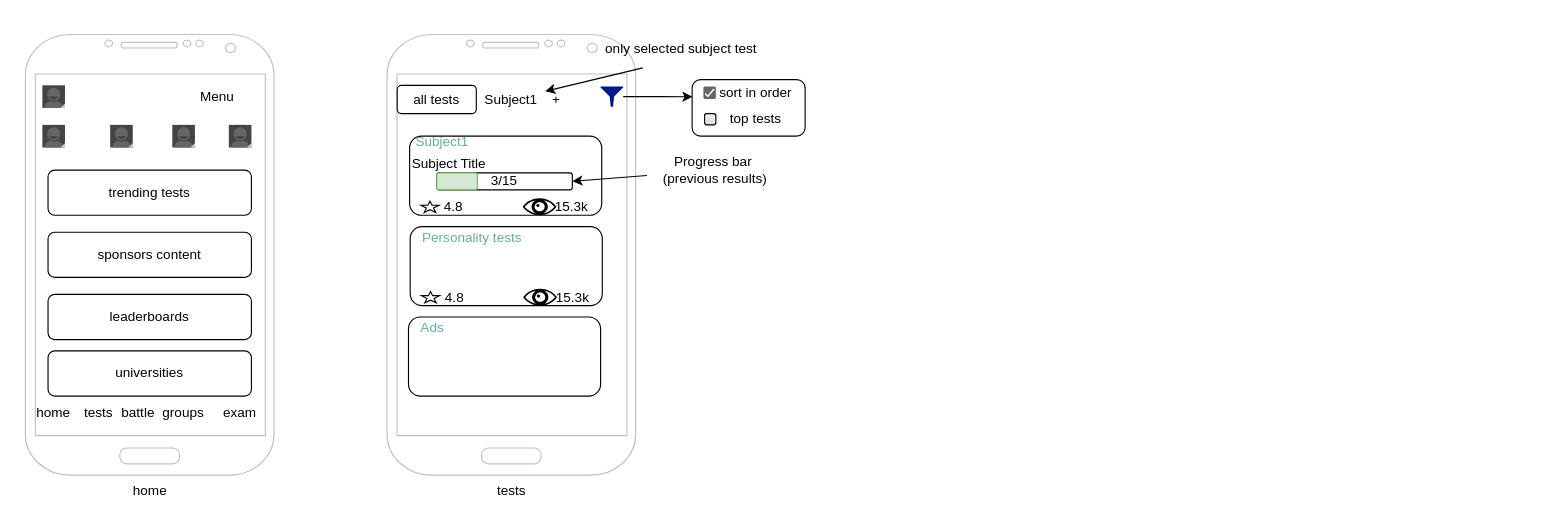
This is akam.drawio from MarsX-2002/bpmn, a draw.io file, before an edit. Source tidied: cells renumbered, new cells numbered last; positions are measured from the earlier drawing's top-left corner, leaving out a move shared by most shapes. Both pictures are drawn from the tidied source at 113%, with x=0, y=0 at pixel (19, 32).
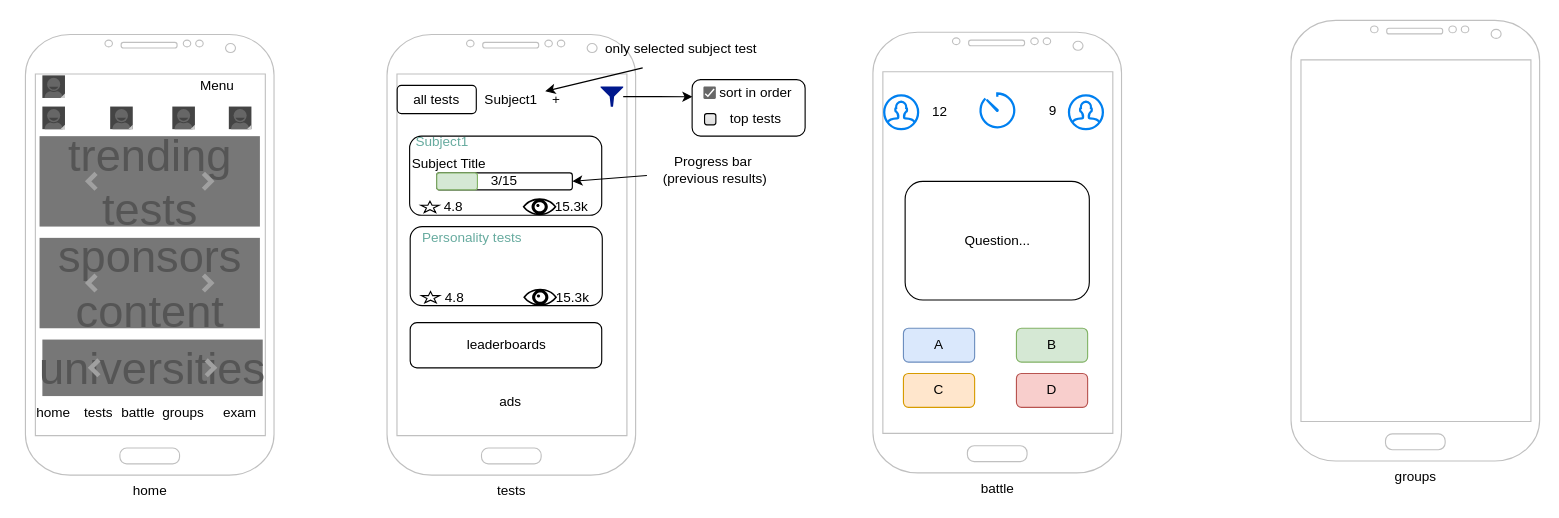
Above is the later version.

Change to the diagram source:
```diff
@@
     <mxCell id="3" style="verticalLabelPosition=bottom;verticalAlign=top;html=1;shadow=0;dashed=0;strokeWidth=1;shape=mxgraph.android.contact_badge_normal;sketch=0;" parent="1" vertex="1">
-      <mxGeometry x="20" y="47" width="20" height="20" as="geometry" />
+      <mxGeometry x="20" y="38.2" width="20" height="20" as="geometry" />
     </mxCell>
     <mxCell id="4" value="Menu" style="text;html=1;align=center;verticalAlign=middle;whiteSpace=wrap;rounded=0;" parent="1" vertex="1">
-      <mxGeometry x="145" y="42" width="60" height="30" as="geometry" />
+      <mxGeometry x="145" y="33.2" width="60" height="30" as="geometry" />
     </mxCell>
     <mxCell id="5" style="verticalLabelPosition=bottom;verticalAlign=top;html=1;shadow=0;dashed=0;strokeWidth=1;shape=mxgraph.android.contact_badge_normal;sketch=0;" parent="1" vertex="1">
-      <mxGeometry x="20" y="82" width="20" height="20" as="geometry" />
+      <mxGeometry x="20" y="65.8" width="20" height="20" as="geometry" />
     </mxCell>
     <mxCell id="6" style="verticalLabelPosition=bottom;verticalAlign=top;html=1;shadow=0;dashed=0;strokeWidth=1;shape=mxgraph.android.contact_badge_normal;sketch=0;" parent="1" vertex="1">
-      <mxGeometry x="80" y="82" width="20" height="20" as="geometry" />
+      <mxGeometry x="80" y="65.8" width="20" height="20" as="geometry" />
     </mxCell>
     <mxCell id="7" style="verticalLabelPosition=bottom;verticalAlign=top;html=1;shadow=0;dashed=0;strokeWidth=1;shape=mxgraph.android.contact_badge_normal;sketch=0;" parent="1" vertex="1">
-      <mxGeometry x="135" y="82" width="20" height="20" as="geometry" />
+      <mxGeometry x="135" y="65.8" width="20" height="20" as="geometry" />
     </mxCell>
     <mxCell id="8" style="verticalLabelPosition=bottom;verticalAlign=top;html=1;shadow=0;dashed=0;strokeWidth=1;shape=mxgraph.android.contact_badge_normal;sketch=0;" parent="1" vertex="1">
-      <mxGeometry x="185" y="82" width="20" height="20" as="geometry" />
+      <mxGeometry x="185" y="65.8" width="20" height="20" as="geometry" />
     </mxCell>
@@
-    <mxCell id="14" value="trending tests" style="rounded=1;whiteSpace=wrap;html=1;" parent="1" vertex="1">
-      <mxGeometry x="25" y="122" width="180" height="40" as="geometry" />
-    </mxCell>
-    <mxCell id="15" value="sponsors content" style="rounded=1;whiteSpace=wrap;html=1;" parent="1" vertex="1">
-      <mxGeometry x="25" y="177" width="180" height="40" as="geometry" />
-    </mxCell>
     <mxCell id="16" value="leaderboards" style="rounded=1;whiteSpace=wrap;html=1;" parent="1" vertex="1">
-      <mxGeometry x="25" y="232" width="180" height="40" as="geometry" />
+      <mxGeometry x="345.5" y="257" width="169.5" height="40" as="geometry" />
     </mxCell>
-    <mxCell id="17" value="universities" style="rounded=1;whiteSpace=wrap;html=1;" parent="1" vertex="1">
-      <mxGeometry x="25" y="282" width="180" height="40" as="geometry" />
-    </mxCell>
@@
-    <mxCell id="50" style="rounded=1;whiteSpace=wrap;html=1;" parent="1" vertex="1">
-      <mxGeometry x="344" y="252" width="170" height="70" as="geometry" />
-    </mxCell>
-    <mxCell id="51" value="Ads" style="text;html=1;align=left;verticalAlign=middle;whiteSpace=wrap;rounded=0;fontColor=#67AB9F;" parent="1" vertex="1">
-      <mxGeometry x="353" y="247" width="90.5" height="30" as="geometry" />
-    </mxCell>
@@
+    <mxCell id="14" value="trending tests" style="html=1;shadow=0;dashed=0;strokeColor=none;strokeWidth=1;fillColor=#777777;fontColor=#555555;whiteSpace=wrap;align=center;verticalAlign=middle;fontStyle=0;fontSize=40;" parent="1" vertex="1">
+      <mxGeometry x="17.5" y="92" width="195" height="80" as="geometry" />
+    </mxCell>
+    <mxCell id="60" style="html=1;verticalLabelPosition=bottom;labelBackgroundColor=#ffffff;verticalAlign=top;shadow=0;dashed=0;strokeWidth=4;shape=mxgraph.ios7.misc.more;strokeColor=#a0a0a0;" parent="14" vertex="1">
+      <mxGeometry x="1" y="0.5" width="7" height="14" relative="1" as="geometry">
+        <mxPoint x="-50" y="-7" as="offset" />
+      </mxGeometry>
+    </mxCell>
+    <mxCell id="61" style="flipH=1;html=1;verticalLabelPosition=bottom;labelBackgroundColor=#ffffff;verticalAlign=top;shadow=0;dashed=0;strokeWidth=4;shape=mxgraph.ios7.misc.more;strokeColor=#a0a0a0;" parent="14" vertex="1">
+      <mxGeometry y="0.5" width="7" height="14" relative="1" as="geometry">
+        <mxPoint x="43" y="-7" as="offset" />
+      </mxGeometry>
+    </mxCell>
+    <mxCell id="15" value="sponsors&lt;div&gt;content&lt;/div&gt;" style="html=1;shadow=0;dashed=0;strokeColor=none;strokeWidth=1;fillColor=#777777;fontColor=#555555;whiteSpace=wrap;align=center;verticalAlign=middle;fontStyle=0;fontSize=40;" parent="1" vertex="1">
+      <mxGeometry x="17.5" y="182" width="195" height="80" as="geometry" />
+    </mxCell>
+    <mxCell id="62" style="html=1;verticalLabelPosition=bottom;labelBackgroundColor=#ffffff;verticalAlign=top;shadow=0;dashed=0;strokeWidth=4;shape=mxgraph.ios7.misc.more;strokeColor=#a0a0a0;" parent="15" vertex="1">
+      <mxGeometry x="1" y="0.5" width="7" height="14" relative="1" as="geometry">
+        <mxPoint x="-50" y="-7" as="offset" />
+      </mxGeometry>
+    </mxCell>
+    <mxCell id="63" style="flipH=1;html=1;verticalLabelPosition=bottom;labelBackgroundColor=#ffffff;verticalAlign=top;shadow=0;dashed=0;strokeWidth=4;shape=mxgraph.ios7.misc.more;strokeColor=#a0a0a0;" parent="15" vertex="1">
+      <mxGeometry y="0.5" width="7" height="14" relative="1" as="geometry">
+        <mxPoint x="43" y="-7" as="offset" />
+      </mxGeometry>
+    </mxCell>
+    <mxCell id="17" value="universities" style="html=1;shadow=0;dashed=0;strokeColor=none;strokeWidth=1;fillColor=#777777;fontColor=#555555;whiteSpace=wrap;align=center;verticalAlign=middle;fontStyle=0;fontSize=40;" parent="1" vertex="1">
+      <mxGeometry x="20" y="272" width="195" height="50" as="geometry" />
+    </mxCell>
+    <mxCell id="64" style="html=1;verticalLabelPosition=bottom;labelBackgroundColor=#ffffff;verticalAlign=top;shadow=0;dashed=0;strokeWidth=4;shape=mxgraph.ios7.misc.more;strokeColor=#a0a0a0;" parent="17" vertex="1">
+      <mxGeometry x="1" y="0.5" width="7" height="14" relative="1" as="geometry">
+        <mxPoint x="-50" y="-7" as="offset" />
+      </mxGeometry>
+    </mxCell>
+    <mxCell id="65" style="flipH=1;html=1;verticalLabelPosition=bottom;labelBackgroundColor=#ffffff;verticalAlign=top;shadow=0;dashed=0;strokeWidth=4;shape=mxgraph.ios7.misc.more;strokeColor=#a0a0a0;" parent="17" vertex="1">
+      <mxGeometry y="0.5" width="7" height="14" relative="1" as="geometry">
+        <mxPoint x="43" y="-7" as="offset" />
+      </mxGeometry>
+    </mxCell>
+    <mxCell id="66" value="ads" style="text;html=1;align=center;verticalAlign=middle;strokeColor=none;fillColor=none;" parent="1" vertex="1">
+      <mxGeometry x="413.5" y="312" width="40" height="30" as="geometry" />
+    </mxCell>
+    <mxCell id="67" value="battle" style="verticalLabelPosition=bottom;verticalAlign=top;html=1;shadow=0;dashed=0;strokeWidth=1;shape=mxgraph.android.phone2;strokeColor=#c0c0c0;" parent="1" vertex="1">
+      <mxGeometry x="755" width="220" height="390" as="geometry" />
+    </mxCell>
+    <mxCell id="68" value="Question..." style="rounded=1;whiteSpace=wrap;html=1;" parent="1" vertex="1">
+      <mxGeometry x="783.5" y="132" width="163" height="105" as="geometry" />
+    </mxCell>
+    <mxCell id="69" value="A" style="rounded=1;whiteSpace=wrap;html=1;fillColor=#dae8fc;strokeColor=#6c8ebf;" parent="1" vertex="1">
+      <mxGeometry x="782" y="262" width="63" height="30" as="geometry" />
+    </mxCell>
+    <mxCell id="70" value="B" style="rounded=1;whiteSpace=wrap;html=1;fillColor=#d5e8d4;strokeColor=#82b366;" parent="1" vertex="1">
+      <mxGeometry x="882" y="262" width="63" height="30" as="geometry" />
+    </mxCell>
+    <mxCell id="71" value="C" style="rounded=1;whiteSpace=wrap;html=1;fillColor=#ffe6cc;strokeColor=#d79b00;" parent="1" vertex="1">
+      <mxGeometry x="782" y="302" width="63" height="30" as="geometry" />
+    </mxCell>
+    <mxCell id="72" value="D" style="rounded=1;whiteSpace=wrap;html=1;fillColor=#f8cecc;strokeColor=#b85450;" parent="1" vertex="1">
+      <mxGeometry x="882" y="302" width="63" height="30" as="geometry" />
+    </mxCell>
+    <mxCell id="73" style="html=1;verticalLabelPosition=bottom;align=center;labelBackgroundColor=#ffffff;verticalAlign=top;strokeWidth=2;strokeColor=#0080F0;shadow=0;dashed=0;shape=mxgraph.ios7.icons.gauge;" parent="1" vertex="1">
+      <mxGeometry x="848.8" y="54.2" width="32.4" height="31.5" as="geometry" />
+    </mxCell>
+    <mxCell id="74" value="12" style="text;html=1;align=center;verticalAlign=middle;strokeColor=none;fillColor=none;" parent="1" vertex="1">
+      <mxGeometry x="793.5" y="55.8" width="40" height="30" as="geometry" />
+    </mxCell>
+    <mxCell id="75" value="9" style="text;html=1;align=center;verticalAlign=middle;strokeColor=none;fillColor=none;" parent="1" vertex="1">
+      <mxGeometry x="898.5" y="55" width="30" height="30" as="geometry" />
+    </mxCell>
+    <mxCell id="76" style="html=1;verticalLabelPosition=bottom;align=center;labelBackgroundColor=#ffffff;verticalAlign=top;strokeWidth=2;strokeColor=#0080F0;shadow=0;dashed=0;shape=mxgraph.ios7.icons.user;" parent="1" vertex="1">
+      <mxGeometry x="765" y="55.8" width="30" height="30" as="geometry" />
+    </mxCell>
+    <mxCell id="77" style="html=1;verticalLabelPosition=bottom;align=center;labelBackgroundColor=#ffffff;verticalAlign=top;strokeWidth=2;strokeColor=#0080F0;shadow=0;dashed=0;shape=mxgraph.ios7.icons.user;" parent="1" vertex="1">
+      <mxGeometry x="928.5" y="55.8" width="30" height="30" as="geometry" />
+    </mxCell>
+    <mxCell id="78" value="groups" style="verticalLabelPosition=bottom;verticalAlign=top;html=1;shadow=0;dashed=0;strokeWidth=1;shape=mxgraph.android.phone2;strokeColor=#c0c0c0;" parent="1" vertex="1">
+      <mxGeometry x="1125" y="-10.5" width="220" height="390" as="geometry" />
+    </mxCell>
```
